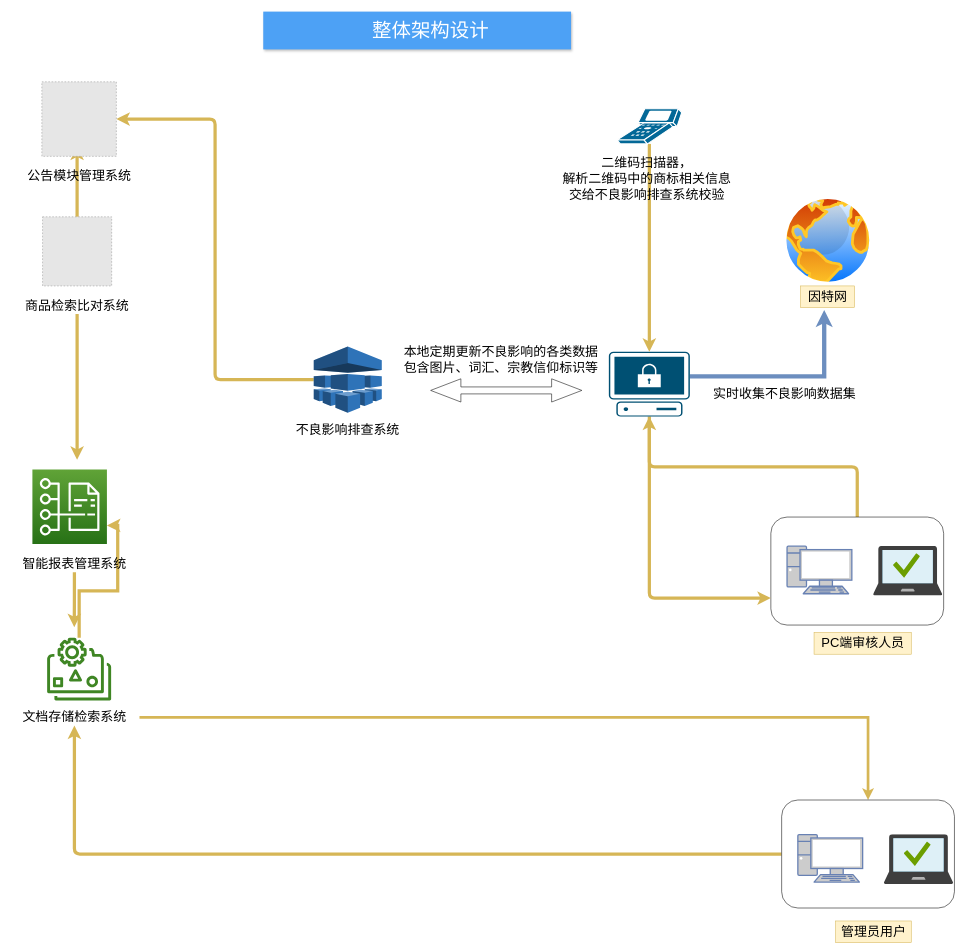
Earlier version of the draw.io diagram network/overall-architecture-design.drawio (MarchAwake/design-graph). Source tidied: cells renumbered, new cells numbered last; positions are measured from the earlier drawing's top-left corner, leaving out a move shared by most shapes. Both pictures are drawn from the tidied source at 54%, with x=0, y=0 at pixel (9, 11). Pictures stored in the file or linked from it are replaced by grey dashed boxes.
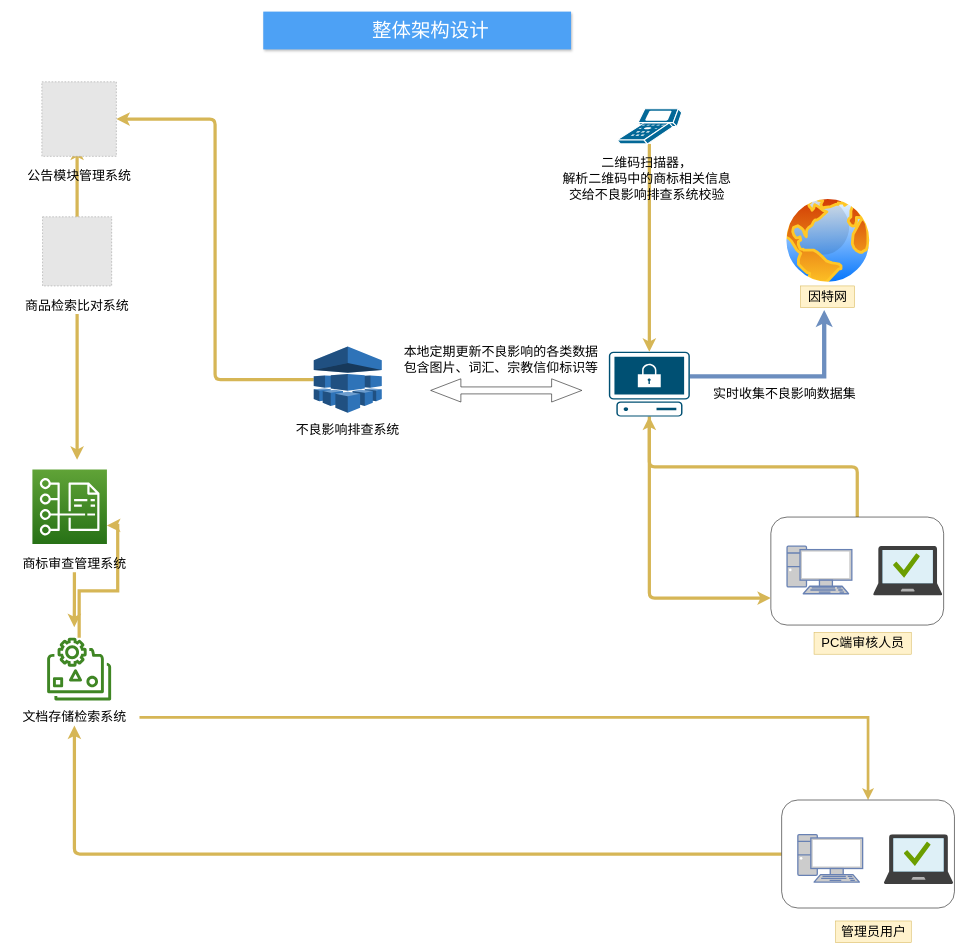
After the change.

Change to the diagram source:
```diff
@@
-    <mxCell id="20" value="&lt;p class=&quot;MsoNormal&quot;&gt;&lt;span style=&quot;font-size: 24px;&quot;&gt;智能报表管理系统&lt;/span&gt;&lt;/p&gt;" style="text;html=1;strokeColor=none;fillColor=none;align=center;verticalAlign=middle;whiteSpace=wrap;rounded=0;" parent="1" vertex="1">
+    <mxCell id="20" value="&lt;h3&gt;&lt;font style=&quot;font-size: 24px; font-weight: normal;&quot;&gt;商标审查管理系统&lt;/font&gt;&lt;b&gt;&lt;span&gt;&lt;/span&gt;&lt;/b&gt;&lt;/h3&gt;" style="text;html=1;strokeColor=none;fillColor=none;align=center;verticalAlign=middle;whiteSpace=wrap;rounded=0;" parent="1" vertex="1">
       <mxGeometry x="-0.2" y="1008" width="241" height="30" as="geometry" />
     </mxCell>
```
